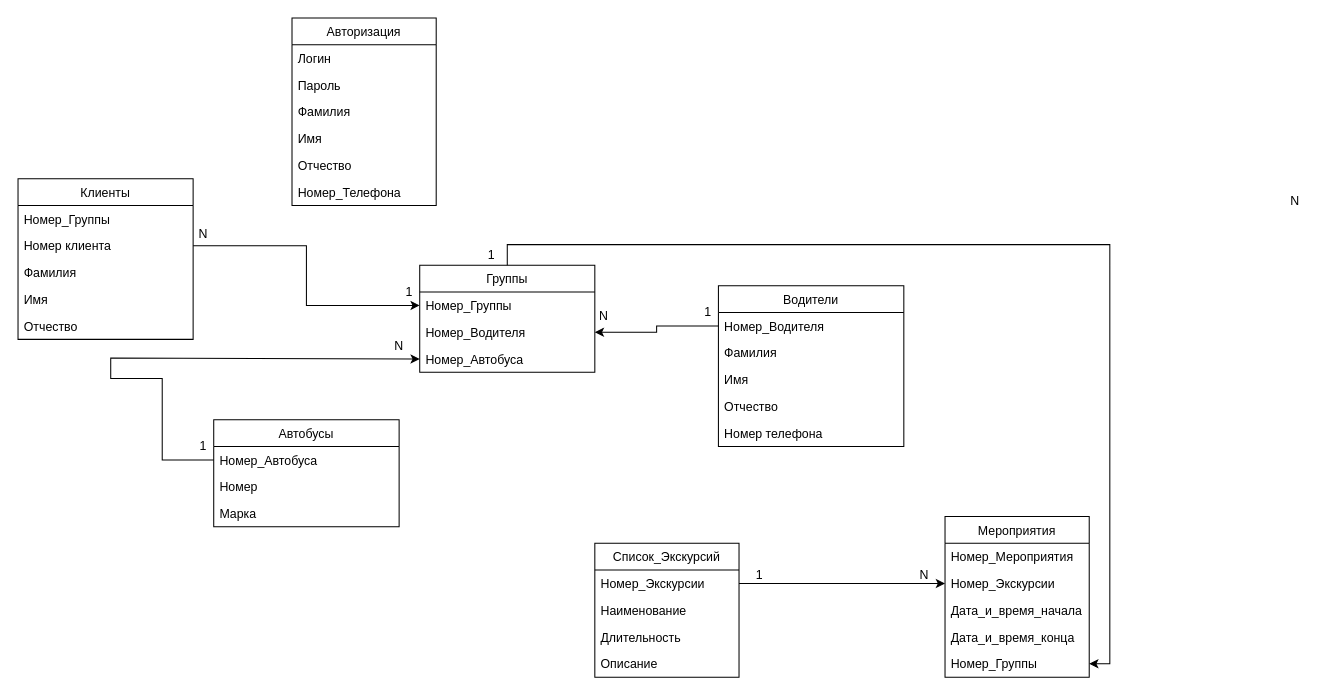
Before: page "ИМБД" (1 of 3) of Diagramma_bez_nazvania.drawio in dima2015rl/test, a draw.io diagram. Source tidied: cells renumbered, new cells numbered last; positions are measured from the earlier drawing's top-left corner, leaving out a move shared by most shapes. Both pictures are drawn from the tidied source at 103%, with x=0, y=0 at pixel (18, 18).
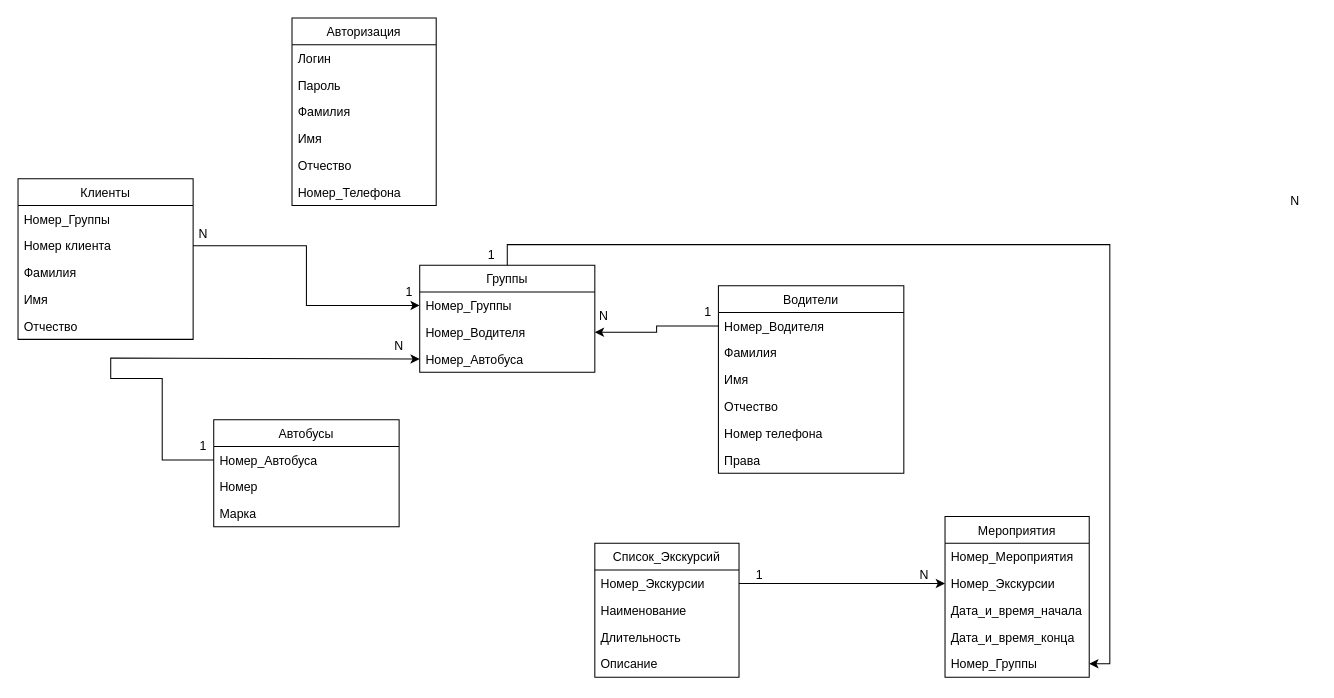
Above is the later version.

The edit, as a diff of the source:
```diff
@@
     <mxCell id="31" value="Водители" style="swimlane;fontStyle=0;horizontal=1;startSize=26;fillColor=none;" parent="1" vertex="1">
-      <mxGeometry x="680" y="260" width="180" height="156" as="geometry" />
+      <mxGeometry x="680" y="260" width="180" height="182" as="geometry" />
     </mxCell>
@@
+    <mxCell id="55" value="Номер телефона" style="text;strokeColor=none;fillColor=none;align=left;verticalAlign=top;spacingLeft=4;spacingRight=4;overflow=hidden;" parent="31" vertex="1">
+      <mxGeometry y="130" width="180" height="26" as="geometry" />
+    </mxCell>
-    <mxCell id="36" value="Номер телефона" style="text;strokeColor=none;fillColor=none;align=left;verticalAlign=top;spacingLeft=4;spacingRight=4;overflow=hidden;" parent="31" vertex="1">
-      <mxGeometry y="130" width="180" height="26" as="geometry" />
+    <mxCell id="36" value="Права" style="text;strokeColor=none;fillColor=none;align=left;verticalAlign=top;spacingLeft=4;spacingRight=4;overflow=hidden;" parent="31" vertex="1">
+      <mxGeometry y="156" width="180" height="26" as="geometry" />
     </mxCell>
```
